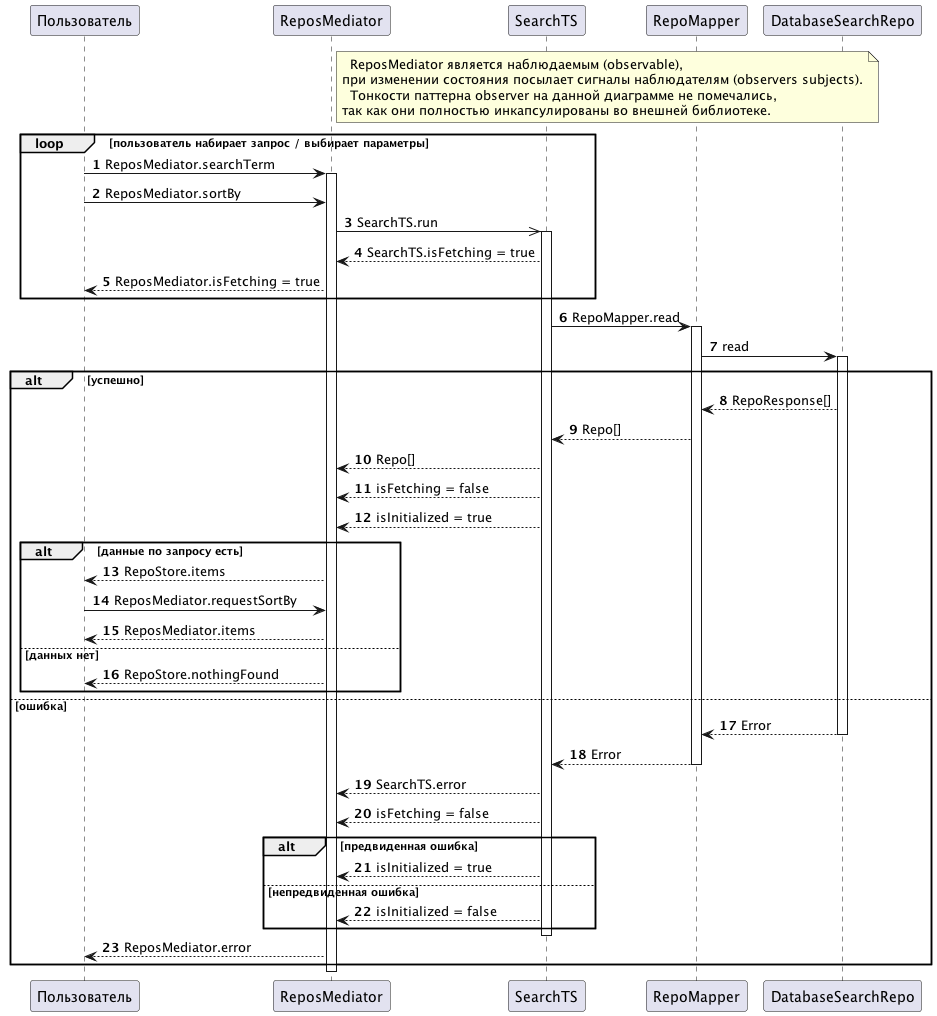
The PlantUML diagram docs/Sequence_diagram.png in RepoAnalyzer/repolier-frontend, before a commit.
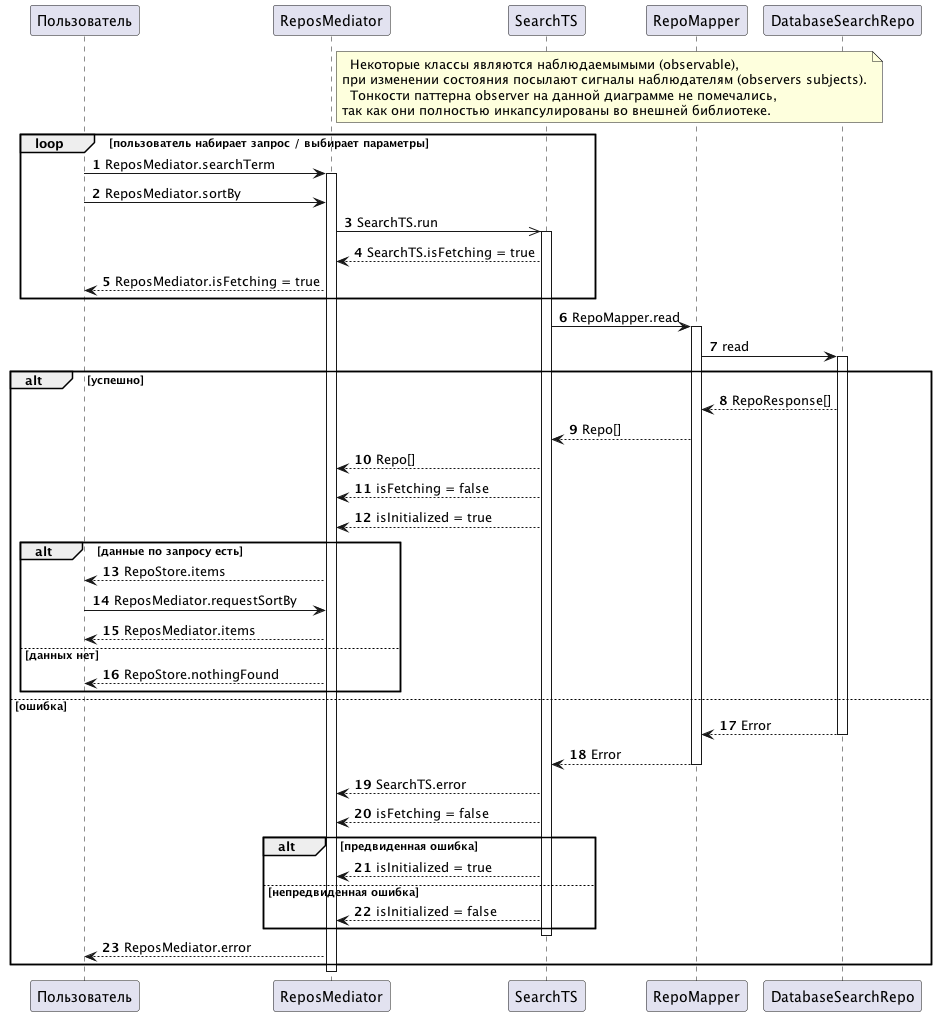
Above is the later version.

The edit, as a diff of the source:
```diff
@@ -3,8 +3,8 @@
 participant Пользователь as U
 participant ReposMediator
 note right of ReposMediator
-      ReposMediator является наблюдаемым (observable),
-    при изменении состояния посылает сигналы наблюдателям (observers subjects).
+      Некоторые классы являются наблюдаемымыми (observable),
+    при изменении состояния посылают сигналы наблюдателям (observers subjects).
       Тонкости паттерна observer на данной диаграмме не помечались,
     так как они полностью инкапсулированы во внешней библиотеке.
 end note
```
